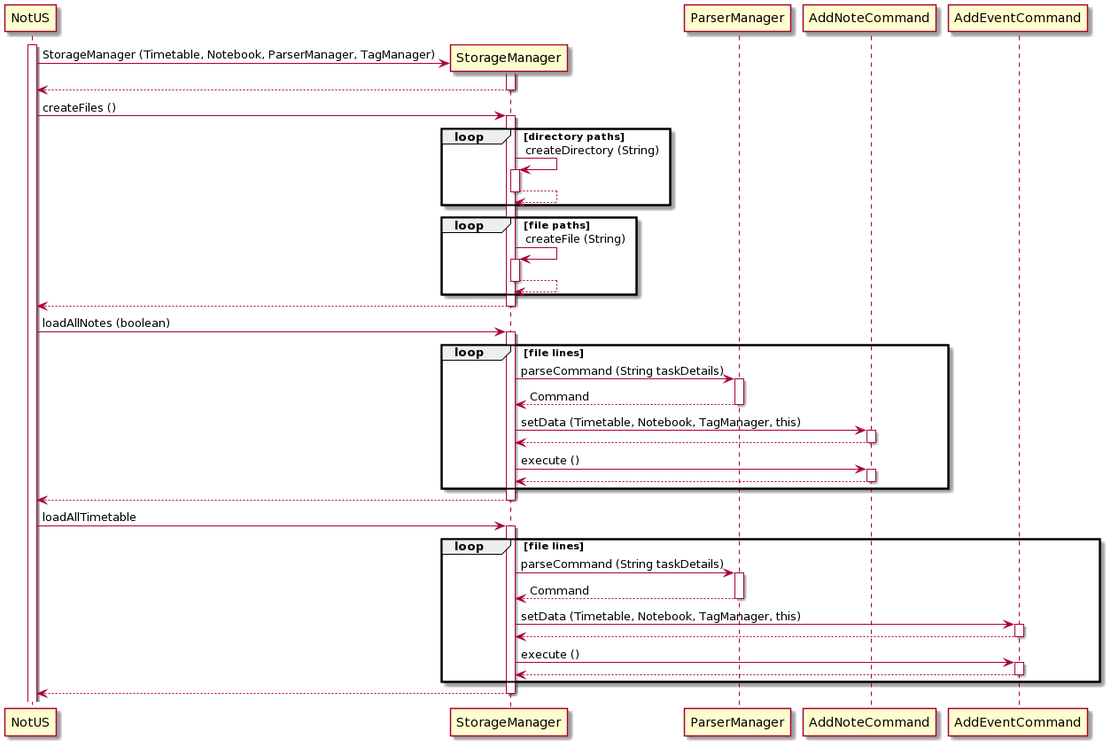
Before: docs/diagrams/out/StorageManagerObject.png, a diagram exported from PlantUML (nus-cs2113-AY2021S1/tp).
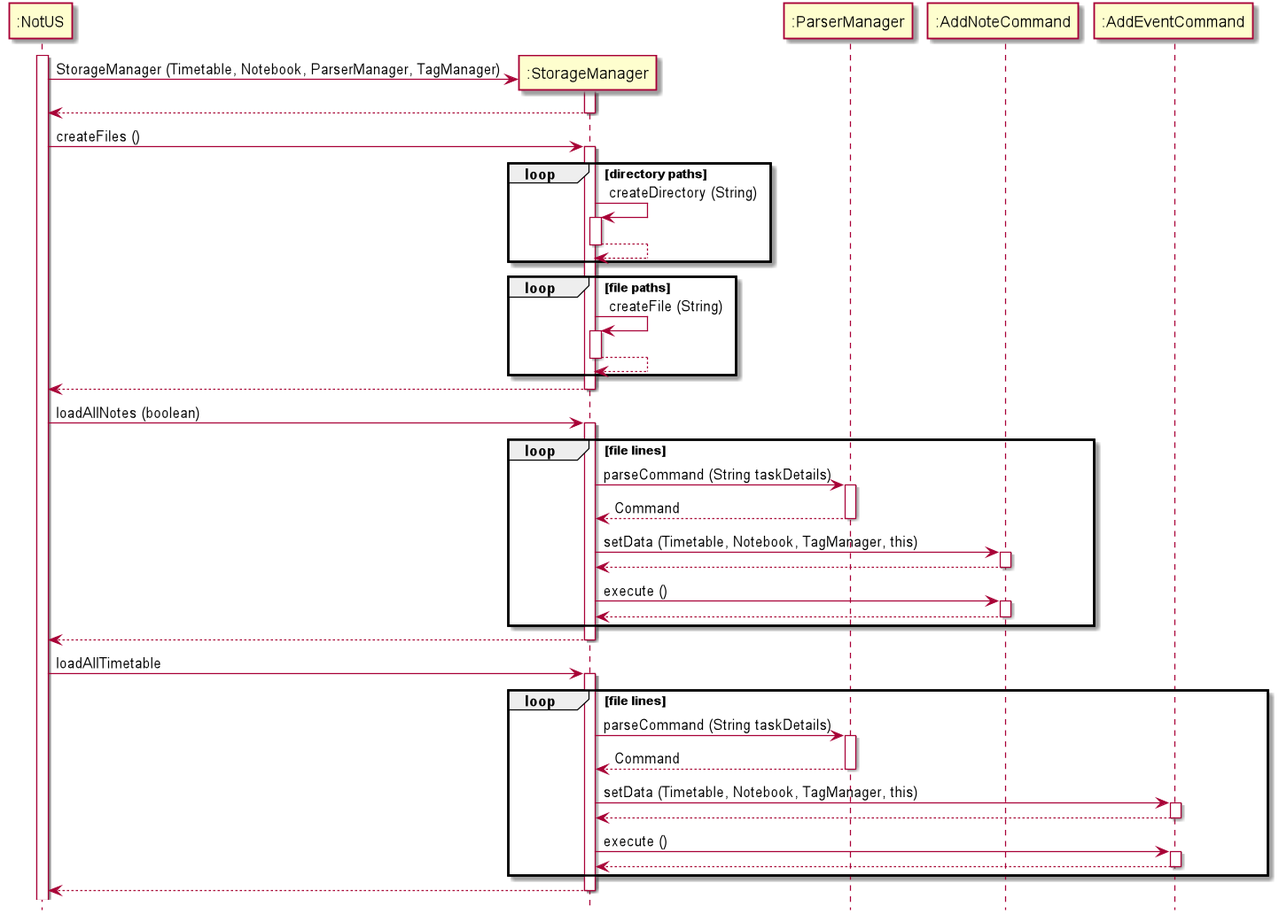
Above is the later version.

Diff of the diagram source:
```diff
@@ -1,4 +1,13 @@
 @startuml
+
+hide footbox
+
+participant ":NotUS" as NotUS
+participant ":StorageManager" as StorageManager
+participant ":ParserManager" as ParserManager
+participant ":AddNoteCommand" as AddNoteCommand
+participant ":AddEventCommand" as AddEventCommand
+
 activate NotUS
 
 create StorageManager
```
